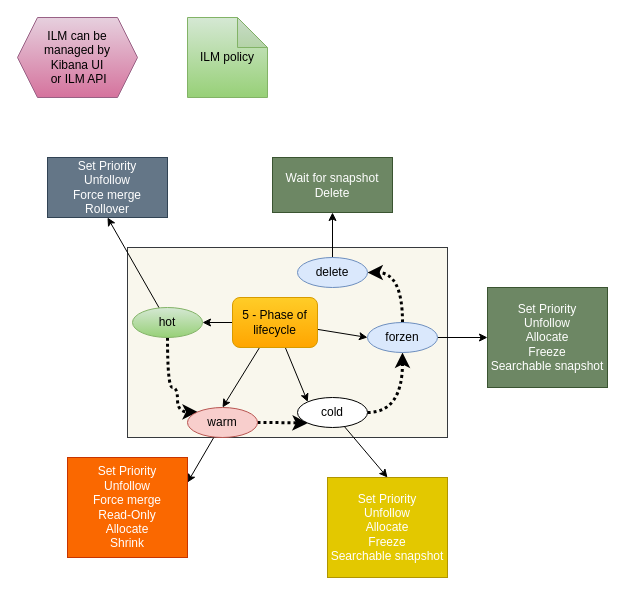
paramothers/books keeps this draw.io diagram as page "ILM Policy" (5 of 7) of My Articles/elastic stack/Elastic Search Index Understanding.drawio. Above is the earlier version. Source tidied: cells renumbered, new cells numbered last; positions are measured from the earlier drawing's top-left corner, leaving out a move shared by most shapes. Both pictures are drawn from the tidied source at 100%, with x=0, y=0 at pixel (17, 17).
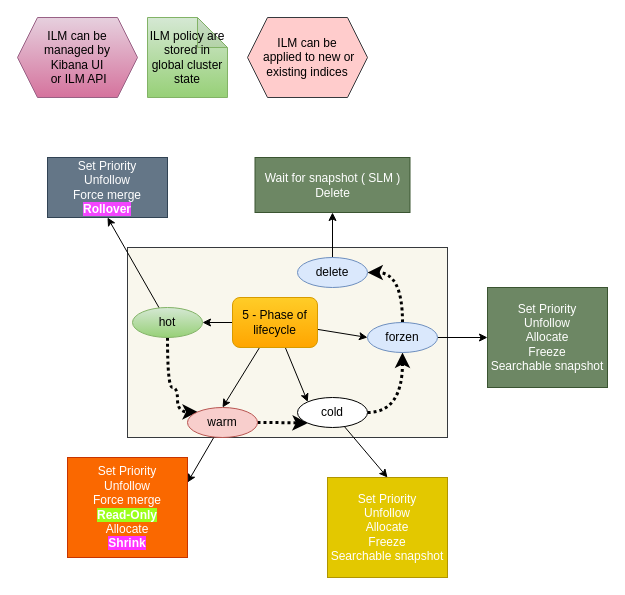
The same page after the edit.

Diff of the diagram source:
```diff
@@
-    <mxCell id="20" value="ILM policy" style="shape=note;whiteSpace=wrap;html=1;backgroundOutline=1;darkOpacity=0.05;gradientColor=#97d077;fillColor=#d5e8d4;strokeColor=#82b366;" parent="1" vertex="1">
-      <mxGeometry x="170" width="80" height="80" as="geometry" />
+    <mxCell id="20" value="ILM policy are stored in global cluster state" style="shape=note;whiteSpace=wrap;html=1;backgroundOutline=1;darkOpacity=0.05;gradientColor=#97d077;fillColor=#d5e8d4;strokeColor=#82b366;" parent="1" vertex="1">
+      <mxGeometry x="130" width="80" height="80" as="geometry" />
     </mxCell>
@@
-    <mxCell id="24" value="Set Priority&lt;br&gt;Unfollow&lt;br&gt;Force merge&lt;br&gt;Rollover" style="rounded=0;whiteSpace=wrap;html=1;fillColor=#647687;strokeColor=#314354;fontColor=#ffffff;" parent="1" vertex="1">
+    <mxCell id="24" value="Set Priority&lt;br&gt;Unfollow&lt;br&gt;Force merge&lt;br&gt;&lt;b style=&quot;background-color: rgb(243 , 69 , 255)&quot;&gt;Rollover&lt;/b&gt;" style="rounded=0;whiteSpace=wrap;html=1;fillColor=#647687;strokeColor=#314354;fontColor=#ffffff;" parent="1" vertex="1">
       <mxGeometry x="30" y="140" width="120" height="60" as="geometry" />
     </mxCell>
-    <mxCell id="25" value="Set Priority&lt;br&gt;Unfollow&lt;br&gt;Force merge&lt;br&gt;Read-Only&lt;br&gt;Allocate&lt;br&gt;Shrink" style="rounded=0;whiteSpace=wrap;html=1;fillColor=#fa6800;strokeColor=#C73500;fontColor=#ffffff;" parent="1" vertex="1">
+    <mxCell id="25" value="Set Priority&lt;br&gt;Unfollow&lt;br&gt;Force merge&lt;br&gt;&lt;b style=&quot;background-color: rgb(156 , 255 , 25)&quot;&gt;Read-Only&lt;/b&gt;&lt;br&gt;Allocate&lt;br&gt;&lt;b style=&quot;background-color: rgb(255 , 51 , 255)&quot;&gt;Shrink&lt;/b&gt;" style="rounded=0;whiteSpace=wrap;html=1;fillColor=#fa6800;strokeColor=#C73500;fontColor=#ffffff;" parent="1" vertex="1">
       <mxGeometry x="50" y="440" width="120" height="100" as="geometry" />
     </mxCell>
@@
-    <mxCell id="28" value="Wait for snapshot&lt;br&gt;Delete" style="rounded=0;whiteSpace=wrap;html=1;fillColor=#6d8764;strokeColor=#3A5431;fontColor=#ffffff;" parent="1" vertex="1">
-      <mxGeometry x="255" y="140" width="120" height="55" as="geometry" />
+    <mxCell id="28" value="Wait for snapshot ( SLM )&lt;br&gt;Delete" style="rounded=0;whiteSpace=wrap;html=1;fillColor=#6d8764;strokeColor=#3A5431;fontColor=#ffffff;" parent="1" vertex="1">
+      <mxGeometry x="237.5" y="140" width="155" height="55" as="geometry" />
     </mxCell>
+    <mxCell id="29" value="ILM can be&lt;br&gt;&amp;nbsp;applied to new or existing indices" style="shape=hexagon;perimeter=hexagonPerimeter2;whiteSpace=wrap;html=1;fixedSize=1;fillColor=#ffcccc;strokeColor=#36393d;" parent="1" vertex="1">
+      <mxGeometry x="230" width="120" height="80" as="geometry" />
+    </mxCell>
```
